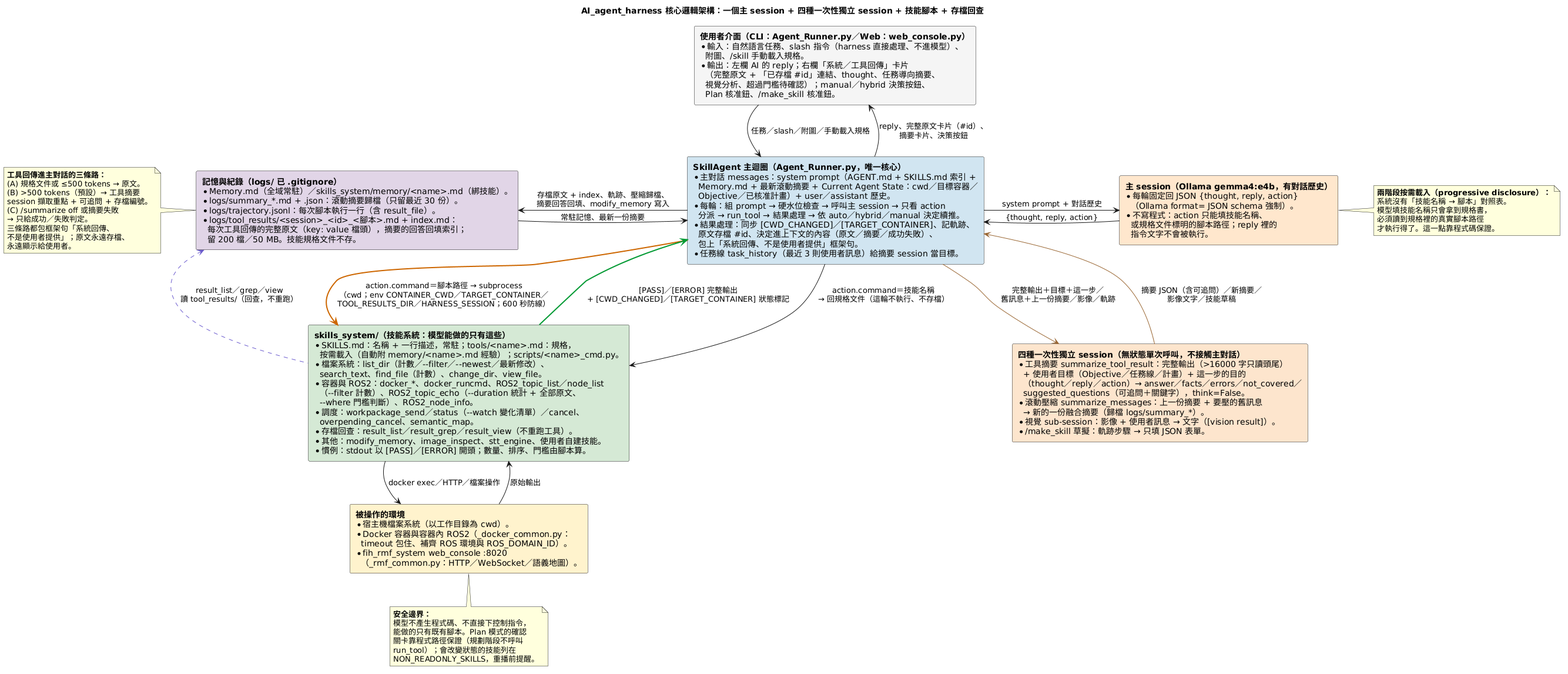
Before: doc/images/AI_agent_harness的說明.png, a diagram exported from PlantUML (DavidZox/AI_agent_harness).
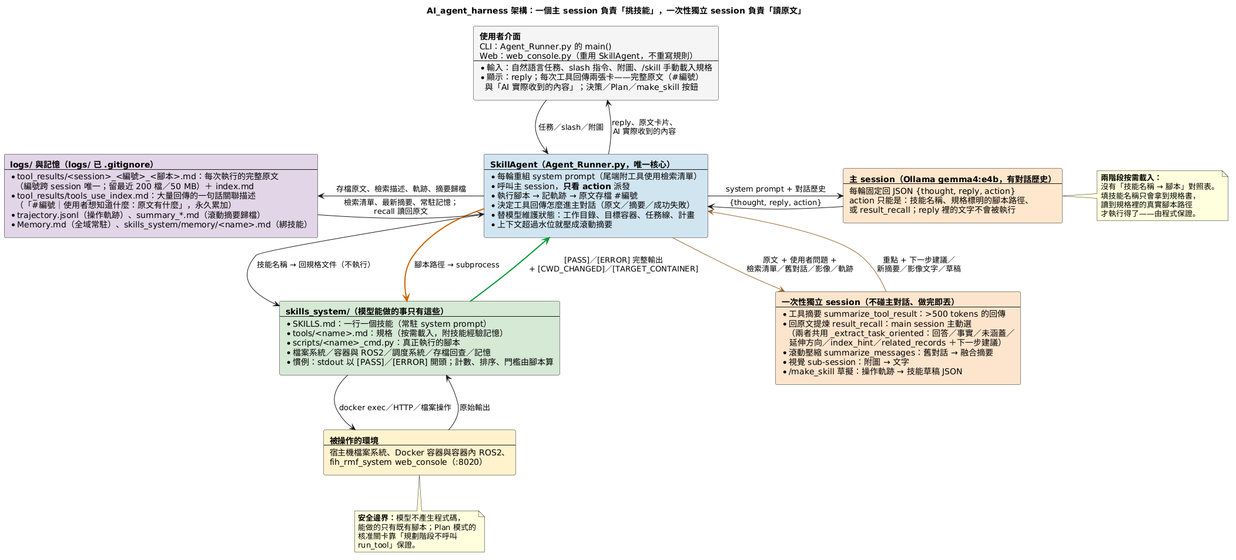
After the commit.

Commit message:
Add conceptual long-term vision for AGV/AMR fleet scheduling in new documentation file

What changed in the source:
```diff
@@ -1,133 +1,108 @@
 @startuml
-skinparam RectangleWidthMax 360
-skinparam ranksep 55
+skinparam RectangleWidthMax 340
+skinparam ranksep 60
 skinparam nodesep 60
 skinparam shadowing false
 skinparam defaultFontName "Microsoft JhengHei"
 
-title AI_agent_harness 核心邏輯架構：一個主 session + 四種一次性獨立 session + 技能腳本 + 存檔回查
+title AI_agent_harness 架構：一個主 session 負責「挑技能」，一次性獨立 session 負責「讀原文」
 
 rectangle NodeUser #F5F5F5 [
-  **使用者介面（CLI：Agent_Runner.py／Web：web_console.py）**
-  * 輸入：自然語言任務、slash 指令（harness 直接處理、不進模型）、
-    附圖、/skill 手動載入規格。
-  * 輸出：左欄 AI 的 reply；右欄「系統／工具回傳」卡片
-    （完整原文 + 「已存檔 #id」連結、thought、任務導向摘要、
-    視覺分析、超過門檻待確認）；manual／hybrid 決策按鈕、
-    Plan 核准鈕、/make_skill 核准鈕。
+  **使用者介面**
+  CLI：Agent_Runner.py 的 main()
+  Web：web_console.py（重用 SkillAgent，不重寫規則）
+  ----
+  * 輸入：自然語言任務、slash 指令、附圖、/skill 手動載入規格
+  * 顯示：reply；每次工具回傳兩張卡——完整原文（#編號）
+    與「AI 實際收到的內容」；決策／Plan／make_skill 按鈕
 ]
 
 rectangle NodeAgent #D1E5F0 [
-  **SkillAgent 主迴圈（Agent_Runner.py，唯一核心）**
-  * 主對話 messages：system prompt（AGENT.md + SKILLS.md 索引 +
-    Memory.md + 最新滾動摘要 + Current Agent State：cwd／目標容器／
-    Objective／已核准計畫）+ user／assistant 歷史。
-  * 每輪：組 prompt → 硬水位檢查 → 呼叫主 session → 只看 action
-    分派 → run_tool → 結果處理 → 依 auto／hybrid／manual 決定續推。
-  * 結果處理：同步 [CWD_CHANGED]／[TARGET_CONTAINER]、記軌跡、
-    原文存檔 #id、決定進上下文的內容（原文／摘要／成功失敗）、
-    包上「系統回傳、不是使用者提供」框架句。
-  * 任務線 task_history（最近 3 則使用者訊息）給摘要 session 當目標。
+  **SkillAgent（Agent_Runner.py，唯一核心）**
+  ----
+  * 每輪重組 system prompt（尾端附工具使用檢索清單）
+  * 呼叫主 session，**只看 action** 派發
+  * 執行腳本 → 記軌跡 → 原文存檔 #編號
+  * 決定工具回傳怎麼進主對話（原文／摘要／成功失敗）
+  * 替模型維護狀態：工作目錄、目標容器、任務線、計畫
+  * 上下文超過水位就壓成滾動摘要
 ]
 
 rectangle NodeLLM #FFE6CC [
   **主 session（Ollama gemma4:e4b，有對話歷史）**
-  * 每輪固定回 JSON {thought, reply, action}
-    （Ollama format= JSON schema 強制）。
-  * 不寫程式：action 只能填技能名稱、
-    或規格文件標明的腳本路徑；reply 裡的
-    指令文字不會被執行。
+  ----
+  每輪固定回 JSON {thought, reply, action}
+  action 只能是：技能名稱、規格標明的腳本路徑、
+  或 result_recall；reply 裡的文字不會被執行
 ]
 
 rectangle NodeSub #FCE5CD [
-  **四種一次性獨立 session（無狀態單次呼叫，不接觸主對話）**
-  * 工具摘要 summarize_tool_result：完整輸出（>16000 字只讀頭尾）
-    + 使用者目標（Objective／任務線／計畫）+ 這一步的目的
-    （thought／reply／action）→ answer／facts／errors／not_covered／
-    suggested_questions（可追問＋關鍵字），think=False。
-  * 滾動壓縮 summarize_messages：上一份摘要 + 要壓的舊訊息
-    → 新的一份融合摘要（歸檔 logs/summary_*）。
-  * 視覺 sub-session：影像 + 使用者訊息 → 文字（[vision result]）。
-  * /make_skill 草擬：軌跡步驟 → 只填 JSON 表單。
+  **一次性獨立 session（不碰主對話、做完即丟）**
+  ----
+  * 工具摘要 summarize_tool_result：>500 tokens 的回傳
+  * 回原文提煉 result_recall：main session 主動選
+    （兩者共用 _extract_task_oriented：回答／事實／未涵蓋／
+     延伸方向／index_hint／related_records ＋下一步建議）
+  * 滾動壓縮 summarize_messages：舊對話 → 融合摘要
+  * 視覺 sub-session：附圖 → 文字
+  * /make_skill 草擬：操作軌跡 → 技能草稿 JSON
 ]
 
 rectangle NodeSkills #D5E8D4 [
-  **skills_system/（技能系統：模型能做的只有這些）**
-  * SKILLS.md：名稱 + 一行描述，常駐；tools/<name>.md：規格，
-    按需載入（自動附 memory/<name>.md 經驗）；scripts/<name>_cmd.py。
-  * 檔案系統：list_dir（計數／~--filter／~--newest／最新修改）、
-    search_text、find_file（計數）、change_dir、view_file。
-  * 容器與 ROS2：docker_*、docker_runcmd、ROS2_topic_list／node_list
-    （~--filter 計數）、ROS2_topic_echo（~--duration 統計 + 全部原文、
-    ~--where 門檻判斷）、ROS2_node_info。
-  * 調度：workpackage_send／status（~--watch 變化清單）／cancel、
-    overpending_cancel、semantic_map。
-  * 存檔回查：result_list／result_grep／result_view（不重跑工具）。
-  * 其他：modify_memory、image_inspect、stt_engine、使用者自建技能。
-  * 慣例：stdout 以 [PASS]／[ERROR] 開頭；數量、排序、門檻由腳本算。
+  **skills_system/（模型能做的事只有這些）**
+  ----
+  * SKILLS.md：一行一個技能（常駐 system prompt）
+  * tools/<name>.md：規格（按需載入，附技能經驗記憶）
+  * scripts/<name>_cmd.py：真正執行的腳本
+  * 檔案系統／容器與 ROS2／調度系統／存檔回查／記憶
+  * 慣例：stdout 以 [PASS]／[ERROR] 開頭；計數、排序、門檻由腳本算
 ]
 
 rectangle NodeWorld #FFF2CC [
   **被操作的環境**
-  * 宿主機檔案系統（以工作目錄為 cwd）。
-  * Docker 容器與容器內 ROS2（_docker_common.py：
-    timeout 包住、補齊 ROS 環境與 ROS_DOMAIN_ID）。
-  * fih_rmf_system web_console :8020
-    （_rmf_common.py：HTTP／WebSocket／語義地圖）。
+  ----
+  宿主機檔案系統、Docker 容器與容器內 ROS2、
+  fih_rmf_system web_console（:8020）
 ]
 
 rectangle NodeStore #E1D5E7 [
-  **記憶與紀錄（logs/ 已 .gitignore）**
-  * Memory.md（全域常駐）／skills_system/memory/<name>.md（綁技能）。
-  * logs/summary_*.md + .json：滾動摘要歸檔（只留最近 30 份）。
-  * logs/trajectory.jsonl：每次腳本執行一行（含 result_file）。
-  * logs/tool_results/<session>_<id>_<腳本>.md + index.md：
-    每次工具回傳的完整原文（key: value 檔頭），摘要的回答回填索引；
-    留 200 檔／50 MB。技能規格文件不存。
+  **logs/ 與記憶（logs/ 已 .gitignore）**
+  ----
+  * tool_results/<session>_<編號>_<腳本>.md：每次執行的完整原文
+    （編號跨 session 唯一；留最近 200 檔／50 MB）＋ index.md
+  * tool_results/tools_use_index.md：大量回傳的一句話關聯描述
+    （「#編號｜使用者想知道什麼：原文有什麼」，永久累加）
+  * trajectory.jsonl（操作軌跡）、summary_*.md（滾動摘要歸檔）
+  * Memory.md（全域常駐）、skills_system/memory/<name>.md（綁技能）
 ]
 
-NodeUser -down-> NodeAgent : 任務／slash／附圖／手動載入規格
-NodeAgent -up-> NodeUser : reply、完整原文卡片（#id）、\n摘要卡片、決策按鈕
+NodeUser -down-> NodeAgent : 任務／slash／附圖
+NodeAgent -up-> NodeUser : reply、原文卡片、\nAI 實際收到的內容
 NodeAgent -right-> NodeLLM : system prompt + 對話歷史
 NodeLLM -left-> NodeAgent : {thought, reply, action}
-NodeAgent -[#996633]right-> NodeSub : 完整輸出＋目標＋這一步／\n舊訊息＋上一份摘要／影像／軌跡
-NodeSub -[#996633]left-> NodeAgent : 摘要 JSON（含可追問）／新摘要／\n影像文字／技能草稿
-NodeAgent -down-> NodeSkills : action.command＝技能名稱\n→ 回規格文件（這輪不執行、不存檔）
-NodeAgent -[#CC6600,bold]down-> NodeSkills : action.command＝腳本路徑 → subprocess\n（cwd；env CONTAINER_CWD／TARGET_CONTAINER／\nTOOL_RESULTS_DIR／HARNESS_SESSION；600 秒防線）
+NodeAgent -[#996633]right-> NodeSub : 原文 + 使用者問題 +\n檢索清單／舊對話／影像／軌跡
+NodeSub -[#996633]left-> NodeAgent : 重點 + 下一步建議／\n新摘要／影像文字／草稿
+NodeAgent -down-> NodeSkills : 技能名稱 → 回規格文件（不執行）
+NodeAgent -[#CC6600,bold]down-> NodeSkills : 腳本路徑 → subprocess
 NodeSkills -down-> NodeWorld : docker exec／HTTP／檔案操作
 NodeWorld -up-> NodeSkills : 原始輸出
-NodeSkills -[#009933,bold]up-> NodeAgent : [PASS]／[ERROR] 完整輸出\n+ [CWD_CHANGED]／[TARGET_CONTAINER] 狀態標記
-NodeAgent -left-> NodeStore : 存檔原文 + index、軌跡、壓縮歸檔、\n摘要回答回填、modify_memory 寫入
-NodeStore -right-> NodeAgent : 常駐記憶、最新一份摘要
-NodeSkills -[#6A5ACD,dashed]left-> NodeStore : result_list／grep／view\n讀 tool_results/（回查，不重跑）
+NodeSkills -[#009933,bold]up-> NodeAgent : [PASS]／[ERROR] 完整輸出\n+ [CWD_CHANGED]／[TARGET_CONTAINER]
+NodeAgent -left-> NodeStore : 存檔原文、檢索描述、軌跡、摘要歸檔
+NodeStore -right-> NodeAgent : 檢索清單、最新摘要、常駐記憶；\nrecall 讀回原文
 NodeLLM -[hidden]down-> NodeSub
 
 note right of NodeLLM
-  **兩階段按需載入（progressive disclosure）：**
-  系統沒有「技能名稱 → 腳本」對照表。
-  模型填技能名稱只會拿到規格書，
-  必須讀到規格裡的真實腳本路徑
-  才執行得了。這一點靠程式碼保證。
+  **兩階段按需載入：**
+  沒有「技能名稱 → 腳本」對照表。
+  填技能名稱只會拿到規格書，
+  讀到規格裡的真實腳本路徑
+  才執行得了——由程式保證。
 end note
 
 note bottom of NodeWorld
-  **安全邊界：**
-  模型不產生程式碼、不直接下控制指令，
-  能做的只有既有腳本。Plan 模式的確認
-  關卡靠程式路徑保證（規劃階段不呼叫
-  run_tool）；會改變狀態的技能列在
-  NON_READONLY_SKILLS，重播前提醒。
-end note
-
-note left of NodeStore
-  **工具回傳進主對話的三條路：**
-  (A) 規格文件或 ≤500 tokens → 原文。
-  (B) >500 tokens（預設）→ 工具摘要
-  session 擷取重點 + 可追問 + 存檔編號。
-  (C) /summarize off 或摘要失敗
-  → 只給成功／失敗判定。
-  三條路都包框架句「系統回傳、
-  不是使用者提供」；原文永遠存檔、
-  永遠顯示給使用者。
+  **安全邊界：**模型不產生程式碼，
+  能做的只有既有腳本；Plan 模式的
+  核准關卡靠「規劃階段不呼叫
+  run_tool」保證。
 end note
 @enduml
```
